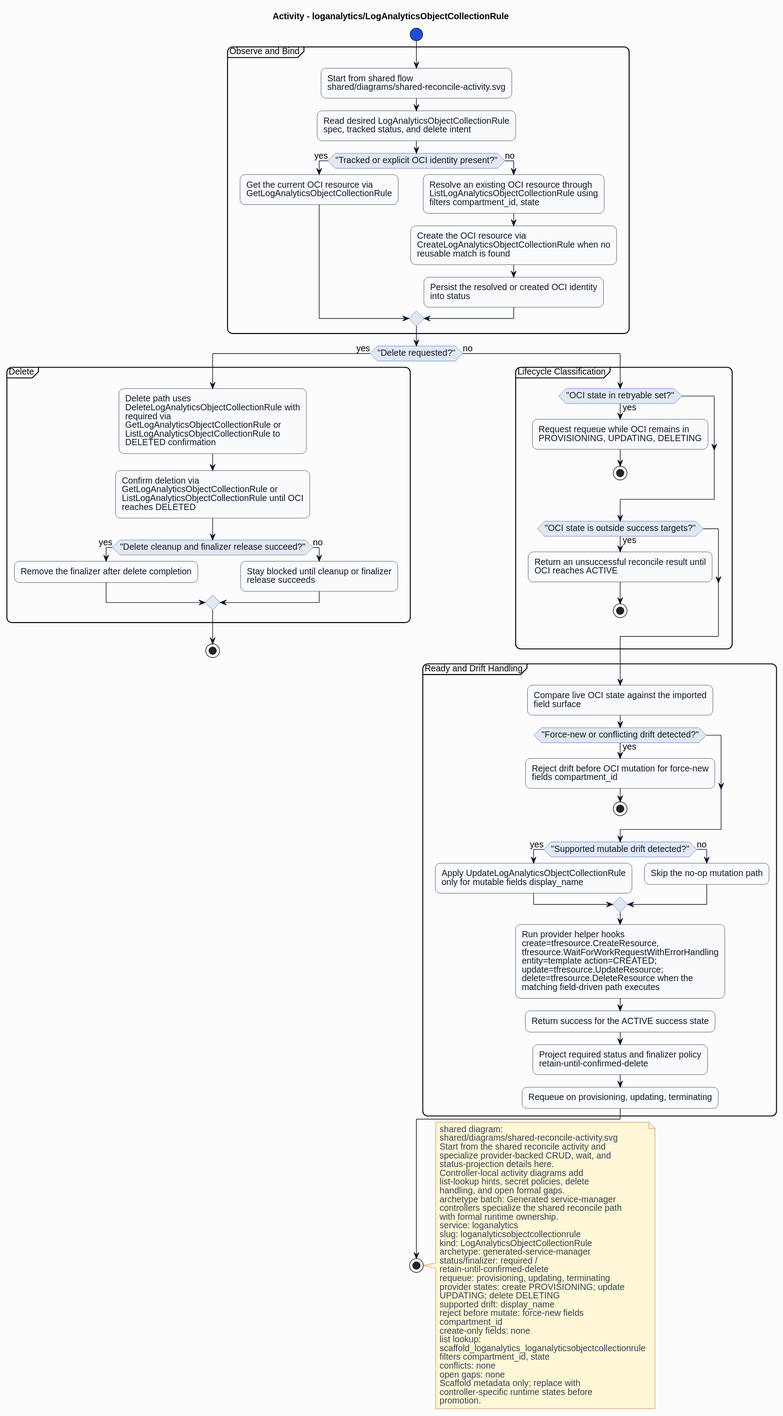
This is formal/controllers/loganalytics/loganalyticsobjectcollectionrule/diagrams/activity.svg from HaoyL666/oci-service-operator, a PlantUML export, as it was before one commit. The source it was exported from:
```plantuml
@startuml
skinparam shadowing false
skinparam backgroundColor #fcfcfd
skinparam defaultFontName Helvetica
skinparam defaultFontSize 14
skinparam arrowColor #0f172a
skinparam noteBackgroundColor #fff7d6
skinparam noteBorderColor #b45309
skinparam noteFontColor #334155
skinparam roundcorner 16
title Activity - loganalytics/LogAnalyticsObjectCollectionRule
skinparam activity {
  backgroundColor #f8fafc
  borderColor #0f172a
  fontColor #0f172a
  diamondBackgroundColor #e2e8f0
  diamondBorderColor #1d4ed8
  diamondFontColor #0f172a
  startColor #1d4ed8
  endColor #0f172a
  barColor #1d4ed8
}
start
partition "Observe and Bind" {
:Start from shared flow\nshared/diagrams/shared-reconcile-activity.svg;
:Read desired LogAnalyticsObjectCollectionRule\nspec, tracked status, and delete intent;
if ("Tracked or explicit OCI identity present?") then (yes)
:Get the current OCI resource via\nGetLogAnalyticsObjectCollectionRule;
else (no)
:Resolve an existing OCI resource through\nListLogAnalyticsObjectCollectionRule using\nfilters compartment_id, state;
:Create the OCI resource via\nCreateLogAnalyticsObjectCollectionRule when no\nreusable match is found;
:Persist the resolved or created OCI identity\ninto status;
endif
}
if ("Delete requested?") then (yes)
partition "Delete" {
:Delete path uses\nDeleteLogAnalyticsObjectCollectionRule with\nrequired via\nGetLogAnalyticsObjectCollectionRule or\nListLogAnalyticsObjectCollectionRule to\nDELETED confirmation;
:Confirm deletion via\nGetLogAnalyticsObjectCollectionRule or\nListLogAnalyticsObjectCollectionRule until OCI\nreaches DELETED;
if ("Delete cleanup and finalizer release succeed?") then (yes)
:Remove the finalizer after delete completion;
else (no)
:Stay blocked until cleanup or finalizer\nrelease succeeds;
endif
}
stop
else (no)
partition "Lifecycle Classification" {
if ("OCI state in retryable set?") then (yes)
:Request requeue while OCI remains in\nPROVISIONING, UPDATING, DELETING;
stop
endif
if ("OCI state is outside success targets?") then (yes)
:Return an unsuccessful reconcile result until\nOCI reaches ACTIVE;
stop
endif
}
partition "Ready and Drift Handling" {
:Compare live OCI state against the imported\nfield surface;
if ("Force-new or conflicting drift detected?") then (yes)
:Reject drift before OCI mutation for force-new\nfields compartment_id;
stop
endif
if ("Supported mutable drift detected?") then (yes)
:Apply UpdateLogAnalyticsObjectCollectionRule\nonly for mutable fields display_name;
else (no)
:Skip the no-op mutation path;
endif
:Run provider helper hooks\ncreate=tfresource.CreateResource,\ntfresource.WaitForWorkRequestWithErrorHandling\nentity=template action=CREATED;\nupdate=tfresource.UpdateResource;\ndelete=tfresource.DeleteResource when the\nmatching field-driven path executes;
:Return success for the ACTIVE success state;
:Project required status and finalizer policy\nretain-until-confirmed-delete;
:Requeue on provisioning, updating, terminating;
}
endif
stop
note right
shared diagram:
shared/diagrams/shared-reconcile-activity.svg
Start from the shared reconcile activity and
specialize provider-backed CRUD, wait, and
status-projection details here.
Controller-local activity diagrams add
list-lookup hints, secret policies, delete
handling, and open formal gaps.
archetype batch: Generated service-manager
controllers specialize the shared reconcile path
with formal runtime ownership.
service: loganalytics
slug: loganalyticsobjectcollectionrule
kind: LogAnalyticsObjectCollectionRule
archetype: generated-service-manager
status/finalizer: required /
retain-until-confirmed-delete
requeue: provisioning, updating, terminating
provider states: create PROVISIONING; update
UPDATING; delete DELETING
supported drift: display_name
reject before mutate: force-new fields
compartment_id
create-only fields: none
list lookup:
scaffold_loganalytics_loganalyticsobjectcollectionrule
filters compartment_id, state
conflicts: none
open gaps: none
Scaffold metadata only; replace with
controller-specific runtime states before
promotion.
end note
@enduml
```
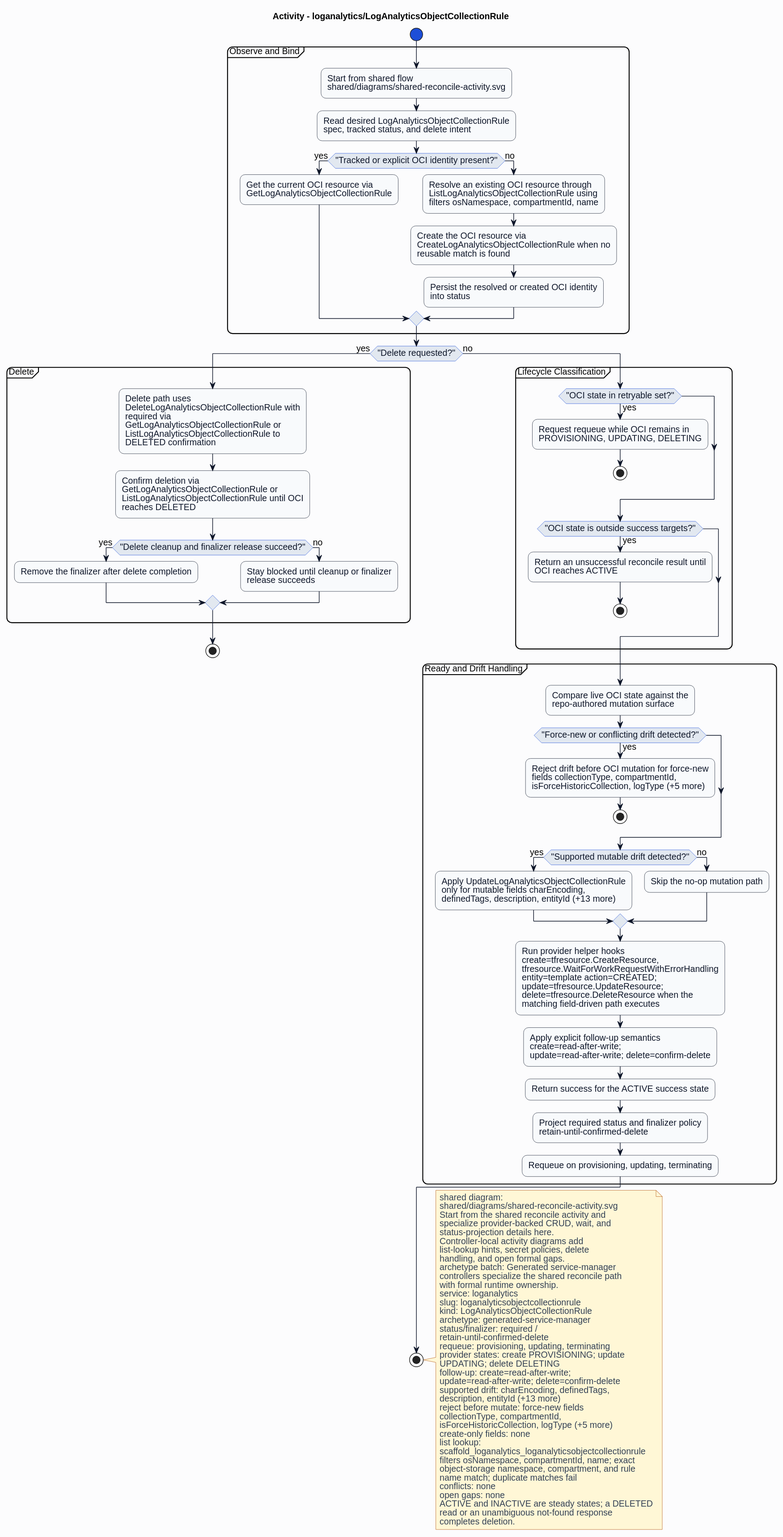
The same diagram one commit later.

The edit, as a diff of the source:
```diff
@@ -27,7 +27,7 @@
 if ("Tracked or explicit OCI identity present?") then (yes)
 :Get the current OCI resource via\nGetLogAnalyticsObjectCollectionRule;
 else (no)
-:Resolve an existing OCI resource through\nListLogAnalyticsObjectCollectionRule using\nfilters compartment_id, state;
+:Resolve an existing OCI resource through\nListLogAnalyticsObjectCollectionRule using\nfilters osNamespace, compartmentId, name;
 :Create the OCI resource via\nCreateLogAnalyticsObjectCollectionRule when no\nreusable match is found;
 :Persist the resolved or created OCI identity\ninto status;
 endif
@@ -55,17 +55,18 @@
 endif
 }
 partition "Ready and Drift Handling" {
-:Compare live OCI state against the imported\nfield surface;
+:Compare live OCI state against the\nrepo-authored mutation surface;
 if ("Force-new or conflicting drift detected?") then (yes)
-:Reject drift before OCI mutation for force-new\nfields compartment_id;
+:Reject drift before OCI mutation for force-new\nfields collectionType, compartmentId,\nisForceHistoricCollection, logType (+5 more);
 stop
 endif
 if ("Supported mutable drift detected?") then (yes)
-:Apply UpdateLogAnalyticsObjectCollectionRule\nonly for mutable fields display_name;
+:Apply UpdateLogAnalyticsObjectCollectionRule\nonly for mutable fields charEncoding,\ndefinedTags, description, entityId (+13 more);
 else (no)
 :Skip the no-op mutation path;
 endif
 :Run provider helper hooks\ncreate=tfresource.CreateResource,\ntfresource.WaitForWorkRequestWithErrorHandling\nentity=template action=CREATED;\nupdate=tfresource.UpdateResource;\ndelete=tfresource.DeleteResource when the\nmatching field-driven path executes;
+:Apply explicit follow-up semantics\ncreate=read-after-write;\nupdate=read-after-write; delete=confirm-delete;
 :Return success for the ACTIVE success state;
 :Project required status and finalizer policy\nretain-until-confirmed-delete;
 :Requeue on provisioning, updating, terminating;
@@ -93,17 +94,23 @@
 requeue: provisioning, updating, terminating
 provider states: create PROVISIONING; update
 UPDATING; delete DELETING
-supported drift: display_name
+follow-up: create=read-after-write;
+update=read-after-write; delete=confirm-delete
+supported drift: charEncoding, definedTags,
+description, entityId (+13 more)
 reject before mutate: force-new fields
-compartment_id
+collectionType, compartmentId,
+isForceHistoricCollection, logType (+5 more)
 create-only fields: none
 list lookup:
 scaffold_loganalytics_loganalyticsobjectcollectionrule
-filters compartment_id, state
+filters osNamespace, compartmentId, name; exact
+object-storage namespace, compartment, and rule
+name match; duplicate matches fail
 conflicts: none
 open gaps: none
-Scaffold metadata only; replace with
-controller-specific runtime states before
-promotion.
+ACTIVE and INACTIVE are steady states; a DELETED
+read or an unambiguous not-found response
+completes deletion.
 end note
 @enduml
```
